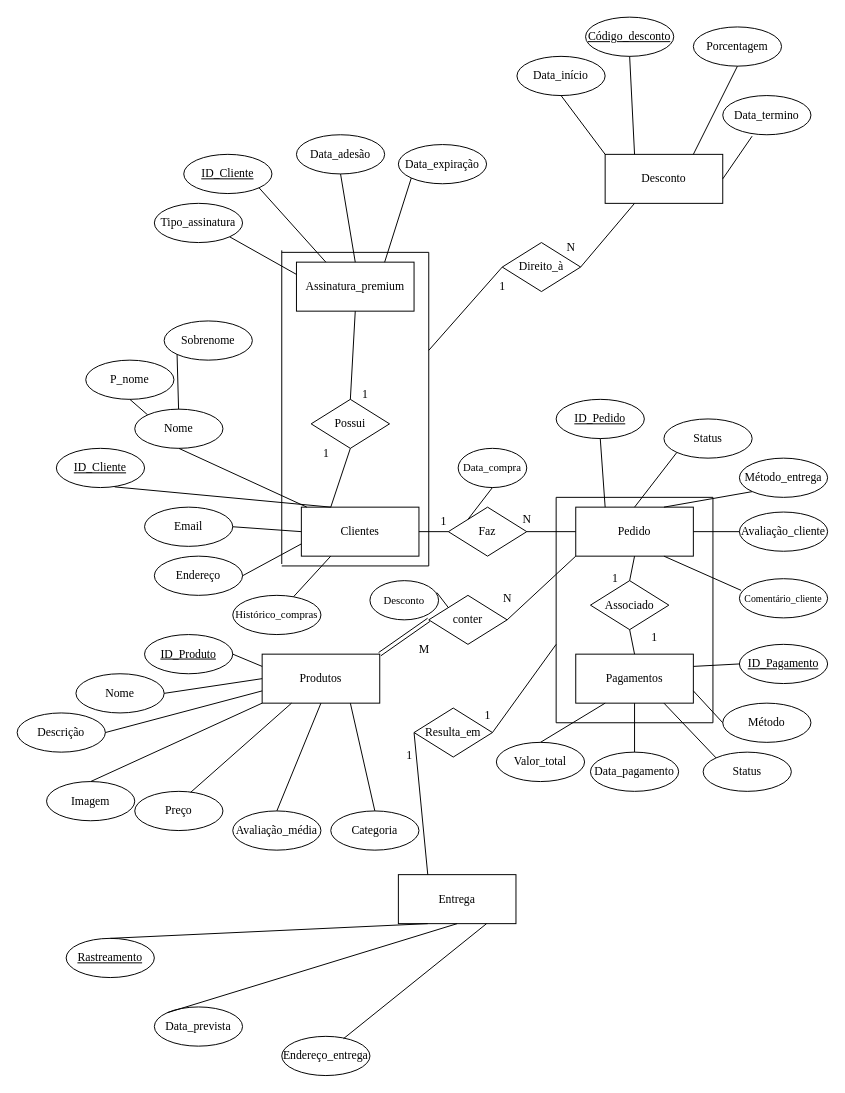
Zhihang44/Banco-de-Dados-1 keeps this draw.io diagram as Diagrama/Banco de dados 1.drawio. Above is the earlier version. Source tidied: cells renumbered, new cells numbered last; positions are measured from the earlier drawing's top-left corner, leaving out a move shared by most shapes. Both pictures are drawn from the tidied source at 98%, with x=0, y=0 at pixel (17, 17).
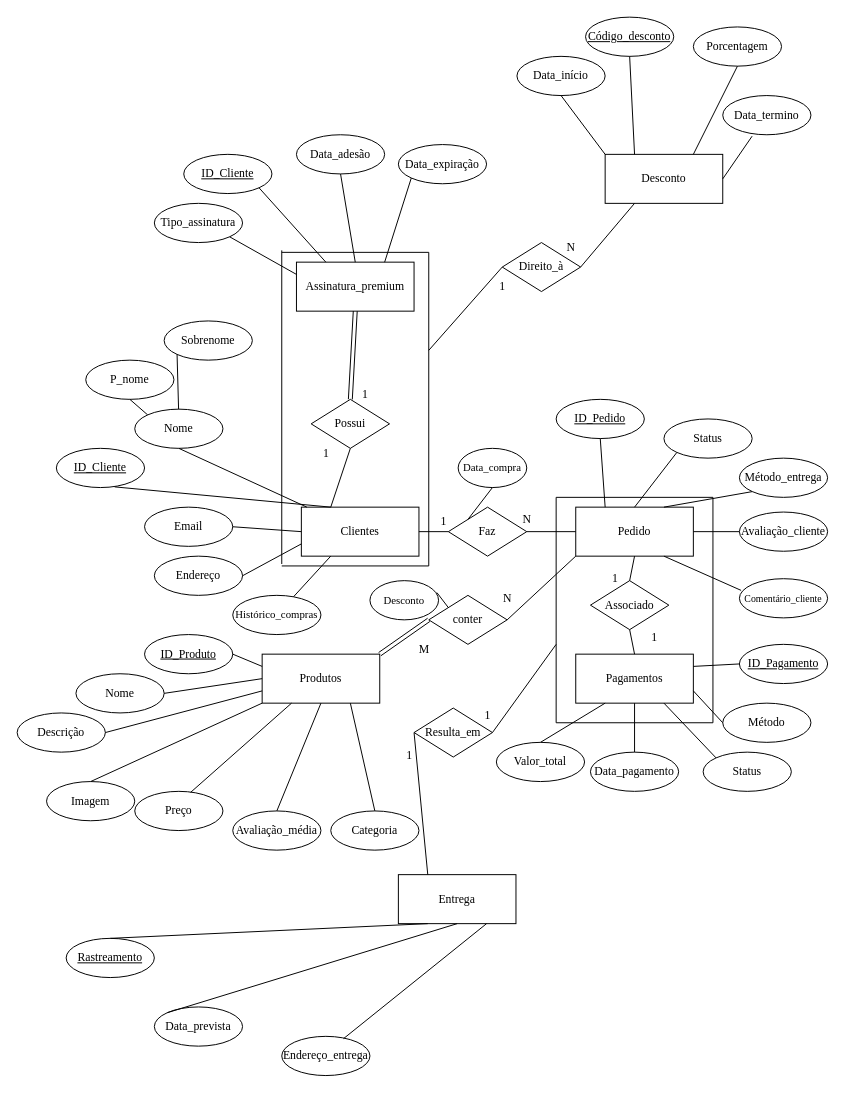
After the change.

The change refers to these unchanged cells:
```xml
<mxCell id="91" value="Possui" style="rhombus;whiteSpace=wrap;html=1;fontFamily=Times New Roman;" parent="1" vertex="1">
  <mxGeometry x="300" y="390" width="80" height="50" as="geometry" />
</mxCell>
<mxCell id="92" value="Assinatura_premium" style="rounded=0;whiteSpace=wrap;html=1;fontFamily=Times New Roman;" parent="1" vertex="1">
  <mxGeometry x="285" y="250" width="120" height="50" as="geometry" />
</mxCell>
```

Diff of the diagram source:
```diff
@@
-    <mxCell id="105" style="endArrow=none;html=1;rounded=0;entryX=0.5;entryY=1;entryDx=0;entryDy=0;exitX=0.5;exitY=0;exitDx=0;exitDy=0;" parent="1" edge="1" source="91" target="92">
-      <mxGeometry relative="1" as="geometry" />
-    </mxCell>
@@
+    <mxCell id="123" style="shape=link;html=1;rounded=0;exitX=0.5;exitY=1;exitDx=0;exitDy=0;" parent="1" edge="1" source="92">
+      <mxGeometry relative="1" as="geometry">
+        <mxPoint x="340" y="390" as="targetPoint" />
+      </mxGeometry>
+    </mxCell>
```
